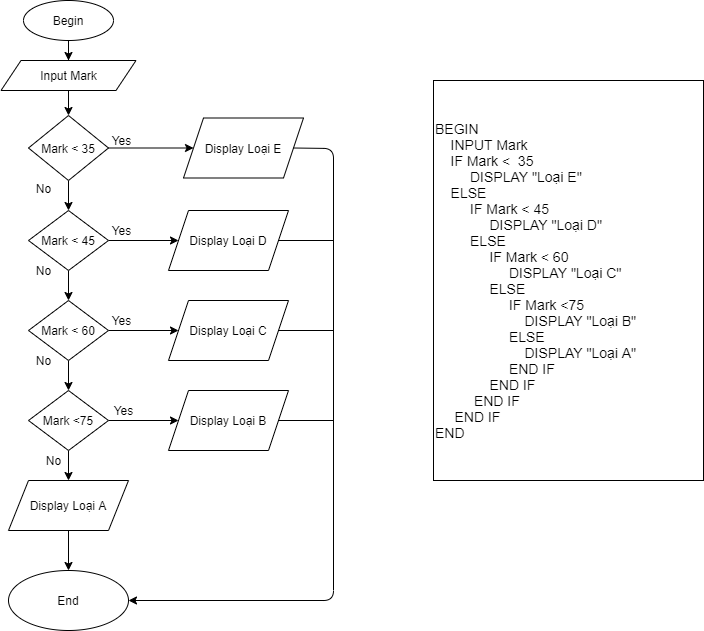
Earlier version of the draw.io export module1/3_Mo_ta_thuat_toan_bang_Pseudo_code_&_Flowchart/2_Bai_tap/Mo_ta_thuat_toan_co_cau_truc_dieu_kien.png (tuantran1611/C0920G1-TranThanhTuan). Source tidied: cells renumbered, new cells last; positions are measured from the earlier drawing's top-left corner, leaving out a move shared by most shapes.
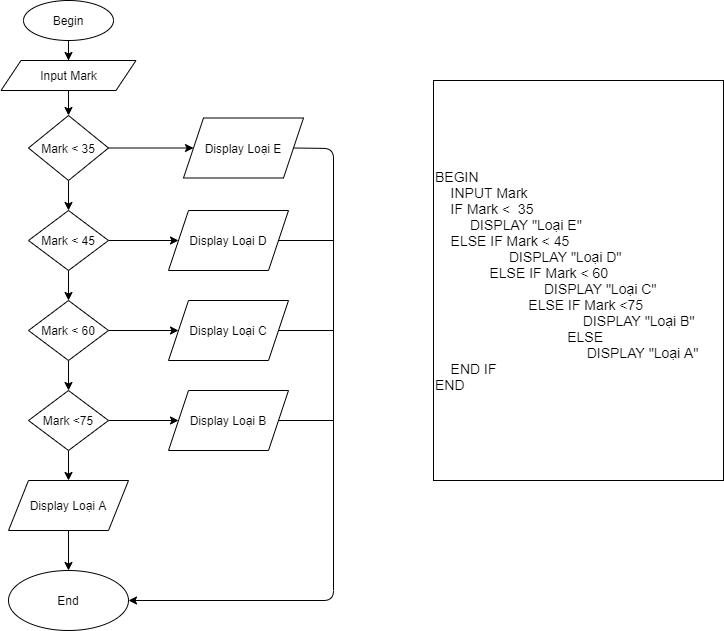
After the commit.

Change to the diagram source:
```diff
@@ -14,8 +14,8 @@
     <mxCell id="5" value="Input Mark" style="shape=parallelogram;perimeter=parallelogramPerimeter;whiteSpace=wrap;html=1;fixedSize=1;" parent="1" vertex="1">
       <mxGeometry x="-0.5" y="60" width="135" height="30" as="geometry" />
     </mxCell>
-    <mxCell id="6" value="&lt;font style=&quot;font-size: 14px&quot;&gt;BEGIN&lt;br&gt;&amp;nbsp; &amp;nbsp; INPUT Mark&lt;br&gt;&amp;nbsp; &amp;nbsp; IF Mark &amp;lt;&amp;nbsp; 35&lt;br&gt;&amp;nbsp; &amp;nbsp; &amp;nbsp; &amp;nbsp; &amp;nbsp;DISPLAY &quot;Loại E&quot;&lt;br&gt;&amp;nbsp; &amp;nbsp; ELSE&lt;br&gt;&amp;nbsp; &amp;nbsp; &amp;nbsp; &amp;nbsp; &amp;nbsp;IF Mark &amp;lt; 45&lt;br&gt;&amp;nbsp; &amp;nbsp; &amp;nbsp; &amp;nbsp; &amp;nbsp; &amp;nbsp; &amp;nbsp; DISPLAY &quot;Loại D&quot;&lt;br&gt;&amp;nbsp; &amp;nbsp; &amp;nbsp; &amp;nbsp; &amp;nbsp;ELSE&lt;br&gt;&amp;nbsp; &amp;nbsp; &amp;nbsp; &amp;nbsp; &amp;nbsp; &amp;nbsp; &amp;nbsp; IF Mark &amp;lt; 60&lt;br&gt;&amp;nbsp; &amp;nbsp; &amp;nbsp; &amp;nbsp; &amp;nbsp; &amp;nbsp; &amp;nbsp; &amp;nbsp; &amp;nbsp; &amp;nbsp;DISPLAY &quot;Loại C&quot;&lt;br&gt;&amp;nbsp; &amp;nbsp; &amp;nbsp; &amp;nbsp; &amp;nbsp; &amp;nbsp; &amp;nbsp; ELSE&lt;br&gt;&amp;nbsp; &amp;nbsp; &amp;nbsp; &amp;nbsp; &amp;nbsp; &amp;nbsp; &amp;nbsp; &amp;nbsp; &amp;nbsp; &amp;nbsp;IF Mark &amp;lt;75&lt;br&gt;&amp;nbsp; &amp;nbsp; &amp;nbsp; &amp;nbsp; &amp;nbsp; &amp;nbsp; &amp;nbsp; &amp;nbsp; &amp;nbsp; &amp;nbsp; &amp;nbsp; &amp;nbsp;DISPLAY &quot;Loại B&quot;&lt;br&gt;&amp;nbsp; &amp;nbsp; &amp;nbsp; &amp;nbsp; &amp;nbsp; &amp;nbsp; &amp;nbsp; &amp;nbsp; &amp;nbsp; &amp;nbsp;ELSE&lt;br&gt;&amp;nbsp; &amp;nbsp; &amp;nbsp; &amp;nbsp; &amp;nbsp; &amp;nbsp; &amp;nbsp; &amp;nbsp; &amp;nbsp; &amp;nbsp; &amp;nbsp; &amp;nbsp;DISPLAY &quot;Loại A&quot;&lt;br&gt;&amp;nbsp; &amp;nbsp; &amp;nbsp; &amp;nbsp; &amp;nbsp; &amp;nbsp; &amp;nbsp; &amp;nbsp; &amp;nbsp; &amp;nbsp;END IF&amp;nbsp;&lt;br&gt;&amp;nbsp; &amp;nbsp; &amp;nbsp; &amp;nbsp; &amp;nbsp; &amp;nbsp; &amp;nbsp; END IF&lt;br&gt;&amp;nbsp; &amp;nbsp; &amp;nbsp; &amp;nbsp; &amp;nbsp; END IF&lt;br&gt;&amp;nbsp; &amp;nbsp; &amp;nbsp;END IF&lt;br&gt;END&lt;br&gt;&lt;/font&gt;" style="rounded=0;whiteSpace=wrap;html=1;align=left;" parent="1" vertex="1">
-      <mxGeometry x="432" y="80" width="270" height="400" as="geometry" />
+    <mxCell id="6" value="&lt;font style=&quot;font-size: 14px&quot;&gt;BEGIN&lt;br&gt;&amp;nbsp; &amp;nbsp; INPUT Mark&lt;br&gt;&amp;nbsp; &amp;nbsp; IF Mark &amp;lt;&amp;nbsp; 35&lt;br&gt;&amp;nbsp; &amp;nbsp; &amp;nbsp; &amp;nbsp; &amp;nbsp;DISPLAY &quot;Loại E&quot;&lt;br&gt;&amp;nbsp; &amp;nbsp; ELSE IF Mark &amp;lt; 45&lt;br&gt;&amp;nbsp; &amp;nbsp; &amp;nbsp; &amp;nbsp; &amp;nbsp; &amp;nbsp; &amp;nbsp; &amp;nbsp; &amp;nbsp; &amp;nbsp;DISPLAY &quot;Loại D&quot;&lt;br&gt;&amp;nbsp; &amp;nbsp; &amp;nbsp; &amp;nbsp; &amp;nbsp; &amp;nbsp; &amp;nbsp; ELSE IF Mark &amp;lt; 60&lt;br&gt;&amp;nbsp; &amp;nbsp; &amp;nbsp; &amp;nbsp; &amp;nbsp; &amp;nbsp; &amp;nbsp; &amp;nbsp; &amp;nbsp; &amp;nbsp; &amp;nbsp; &amp;nbsp; &amp;nbsp; &amp;nbsp; DISPLAY &quot;Loại C&quot;&lt;br&gt;&amp;nbsp; &amp;nbsp; &amp;nbsp; &amp;nbsp; &amp;nbsp; &amp;nbsp; &amp;nbsp; &amp;nbsp; &amp;nbsp; &amp;nbsp; &amp;nbsp; &amp;nbsp; ELSE IF Mark &amp;lt;75&lt;br&gt;&amp;nbsp; &amp;nbsp; &amp;nbsp; &amp;nbsp; &amp;nbsp; &amp;nbsp; &amp;nbsp; &amp;nbsp; &amp;nbsp; &amp;nbsp; &amp;nbsp; &amp;nbsp; &amp;nbsp; &amp;nbsp; &amp;nbsp; &amp;nbsp; &amp;nbsp; &amp;nbsp; &amp;nbsp; DISPLAY &quot;Loại B&quot;&lt;br&gt;&amp;nbsp; &amp;nbsp; &amp;nbsp; &amp;nbsp; &amp;nbsp; &amp;nbsp; &amp;nbsp; &amp;nbsp; &amp;nbsp; &amp;nbsp; &amp;nbsp; &amp;nbsp; &amp;nbsp; &amp;nbsp; &amp;nbsp; &amp;nbsp; &amp;nbsp; ELSE&lt;br&gt;&amp;nbsp; &amp;nbsp; &amp;nbsp; &amp;nbsp; &amp;nbsp; &amp;nbsp; &amp;nbsp; &amp;nbsp; &amp;nbsp; &amp;nbsp; &amp;nbsp; &amp;nbsp; &amp;nbsp; &amp;nbsp; &amp;nbsp; &amp;nbsp; &amp;nbsp; &amp;nbsp; &amp;nbsp; &amp;nbsp;DISPLAY &quot;Loại A&quot;&lt;br&gt;&amp;nbsp; &amp;nbsp; END IF&lt;br&gt;END&lt;br&gt;&lt;/font&gt;" style="rounded=0;whiteSpace=wrap;html=1;align=left;" parent="1" vertex="1">
+      <mxGeometry x="432" y="80" width="290" height="400" as="geometry" />
     </mxCell>
     <mxCell id="7" style="edgeStyle=orthogonalEdgeStyle;rounded=0;jettySize=auto;html=1;" parent="1" edge="1" source="9" target="10">
       <mxGeometry relative="1" as="geometry" />
@@ -97,29 +97,5 @@
         <mxPoint x="332" y="420" as="targetPoint" />
       </mxGeometry>
     </mxCell>
-    <mxCell id="30" value="Yes" style="text;html=1;align=center;verticalAlign=middle;" parent="1" vertex="1">
-      <mxGeometry x="104.5" y="130" width="30" height="20" as="geometry" />
-    </mxCell>
-    <mxCell id="31" value="Yes" style="text;html=1;align=center;verticalAlign=middle;" parent="1" vertex="1">
-      <mxGeometry x="104.5" y="220" width="30" height="20" as="geometry" />
-    </mxCell>
-    <mxCell id="32" value="Yes" style="text;html=1;align=center;verticalAlign=middle;" parent="1" vertex="1">
-      <mxGeometry x="104.5" y="310" width="30" height="20" as="geometry" />
-    </mxCell>
-    <mxCell id="33" value="Yes" style="text;html=1;align=center;verticalAlign=middle;" parent="1" vertex="1">
-      <mxGeometry x="107" y="400" width="30" height="20" as="geometry" />
-    </mxCell>
-    <mxCell id="34" value="No" style="text;html=1;align=center;verticalAlign=middle;" parent="1" vertex="1">
-      <mxGeometry x="27" y="177.5" width="30" height="20" as="geometry" />
-    </mxCell>
-    <mxCell id="35" value="No" style="text;html=1;align=center;verticalAlign=middle;" parent="1" vertex="1">
-      <mxGeometry x="27" y="260" width="30" height="20" as="geometry" />
-    </mxCell>
-    <mxCell id="36" value="No" style="text;html=1;align=center;verticalAlign=middle;" parent="1" vertex="1">
-      <mxGeometry x="27" y="350" width="30" height="20" as="geometry" />
-    </mxCell>
-    <mxCell id="37" value="No" style="text;html=1;align=center;verticalAlign=middle;" parent="1" vertex="1">
-      <mxGeometry x="37" y="450" width="30" height="20" as="geometry" />
-    </mxCell>
   </root>
 </mxGraphModel>
```
